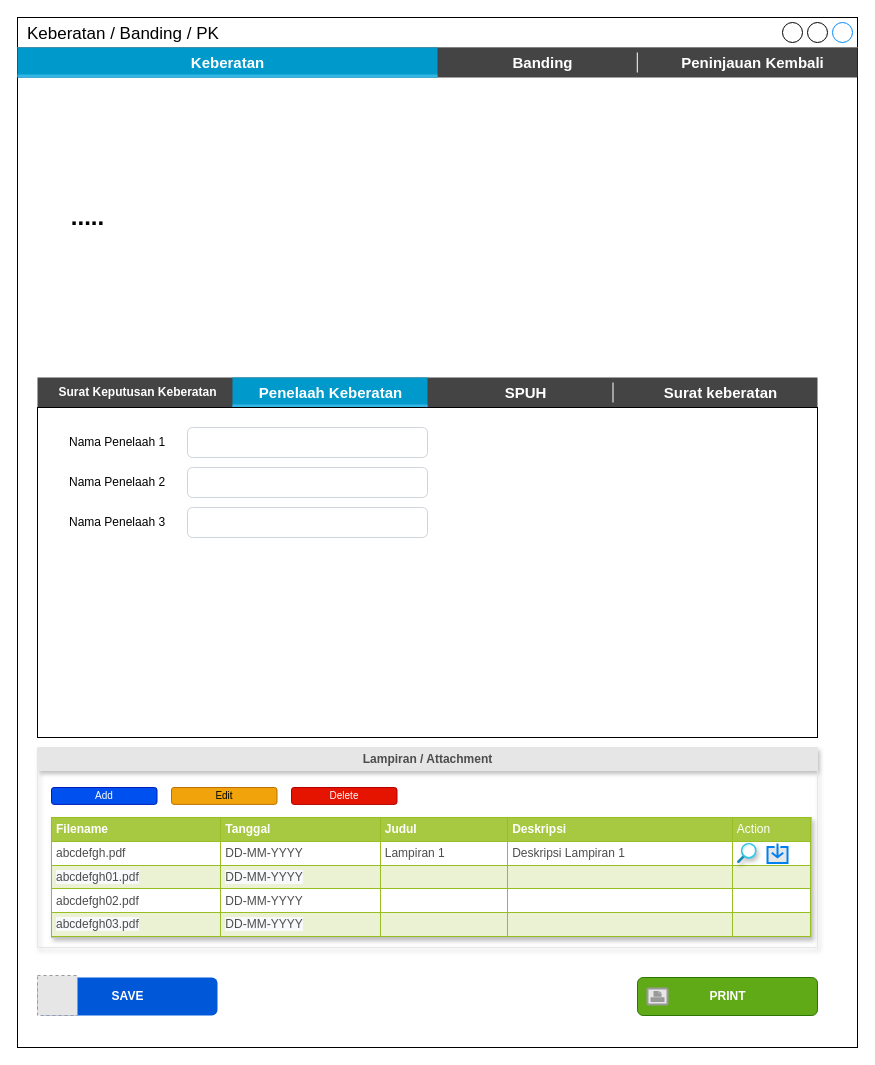
prasetyodavid/TAMS keeps this draw.io diagram as page "3.1 Keberatan_Penelaah" (13 of 22) of TAMS.drawio. Above is the earlier version. Source tidied: cells renumbered, new cells numbered last; positions are measured from the earlier drawing's top-left corner, leaving out a move shared by most shapes. Both pictures are drawn from the tidied source at 100%, with x=0, y=0 at pixel (17, 17). Pictures stored in the file or linked from it are replaced by grey dashed boxes.
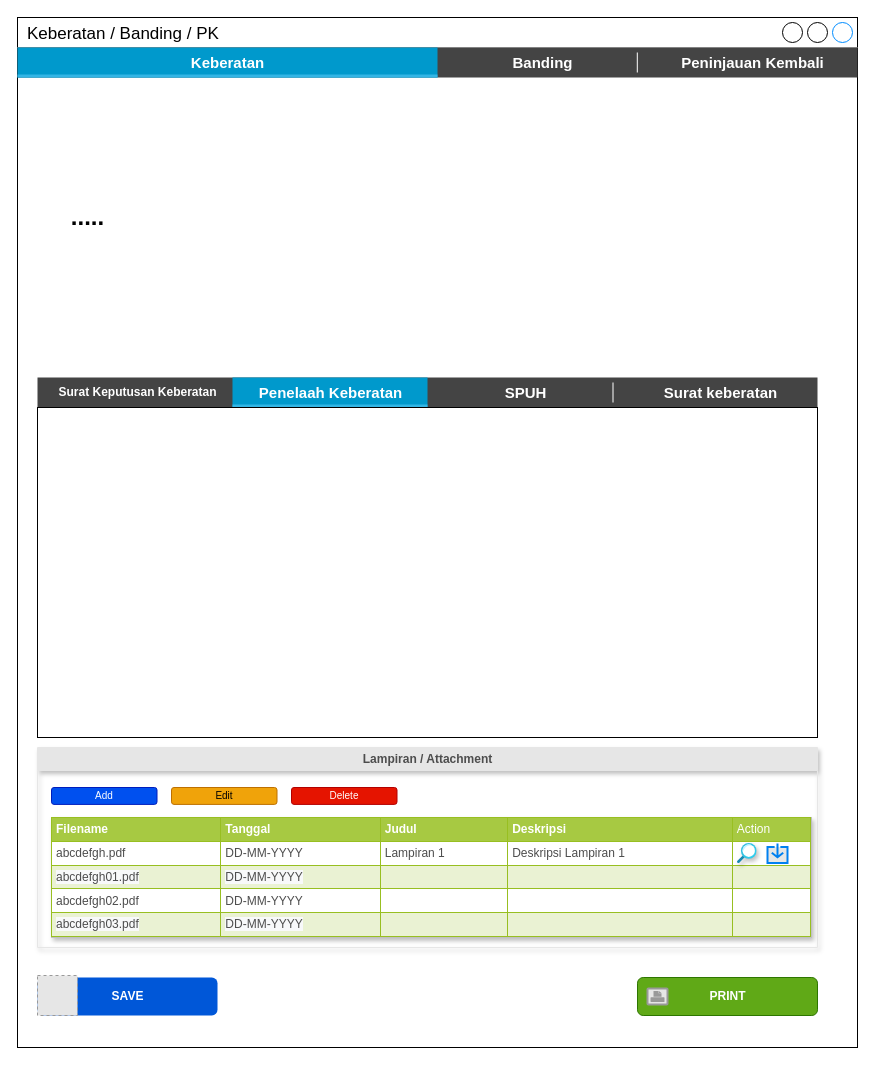
The same page after the edit.

Diff of the diagram source:
```diff
@@
-    <mxCell id="32" value="Nama Penelaah 1" style="text;html=1;strokeColor=none;fillColor=none;align=left;verticalAlign=middle;whiteSpace=wrap;rounded=0;fontColor=default;" parent="1" vertex="1">
-      <mxGeometry x="50" y="410" width="115" height="30" as="geometry" />
-    </mxCell>
-    <mxCell id="33" style="html=1;shadow=0;dashed=0;shape=mxgraph.bootstrap.rrect;rSize=5;strokeColor=#CED4DA;html=1;whiteSpace=wrap;fillColor=#FFFFFF;fontColor=#7D868C;align=left;spacing=15;spacingLeft=40;fontSize=14;" parent="1" vertex="1">
-      <mxGeometry x="170" y="410" width="240" height="30" as="geometry" />
-    </mxCell>
@@
-    <mxCell id="36" value="Nama Penelaah 2" style="text;html=1;strokeColor=none;fillColor=none;align=left;verticalAlign=middle;whiteSpace=wrap;rounded=0;fontColor=default;" parent="1" vertex="1">
-      <mxGeometry x="50" y="450" width="115" height="30" as="geometry" />
-    </mxCell>
-    <mxCell id="37" style="html=1;shadow=0;dashed=0;shape=mxgraph.bootstrap.rrect;rSize=5;strokeColor=#CED4DA;html=1;whiteSpace=wrap;fillColor=#FFFFFF;fontColor=#7D868C;align=left;spacing=15;spacingLeft=40;fontSize=14;" parent="1" vertex="1">
-      <mxGeometry x="170" y="450" width="240" height="30" as="geometry" />
-    </mxCell>
-    <mxCell id="38" value="Nama Penelaah 3" style="text;html=1;strokeColor=none;fillColor=none;align=left;verticalAlign=middle;whiteSpace=wrap;rounded=0;fontColor=default;" parent="1" vertex="1">
-      <mxGeometry x="50" y="490" width="115" height="30" as="geometry" />
-    </mxCell>
-    <mxCell id="39" style="html=1;shadow=0;dashed=0;shape=mxgraph.bootstrap.rrect;rSize=5;strokeColor=#CED4DA;html=1;whiteSpace=wrap;fillColor=#FFFFFF;fontColor=#7D868C;align=left;spacing=15;spacingLeft=40;fontSize=14;" parent="1" vertex="1">
-      <mxGeometry x="170" y="490" width="240" height="30" as="geometry" />
-    </mxCell>
```
